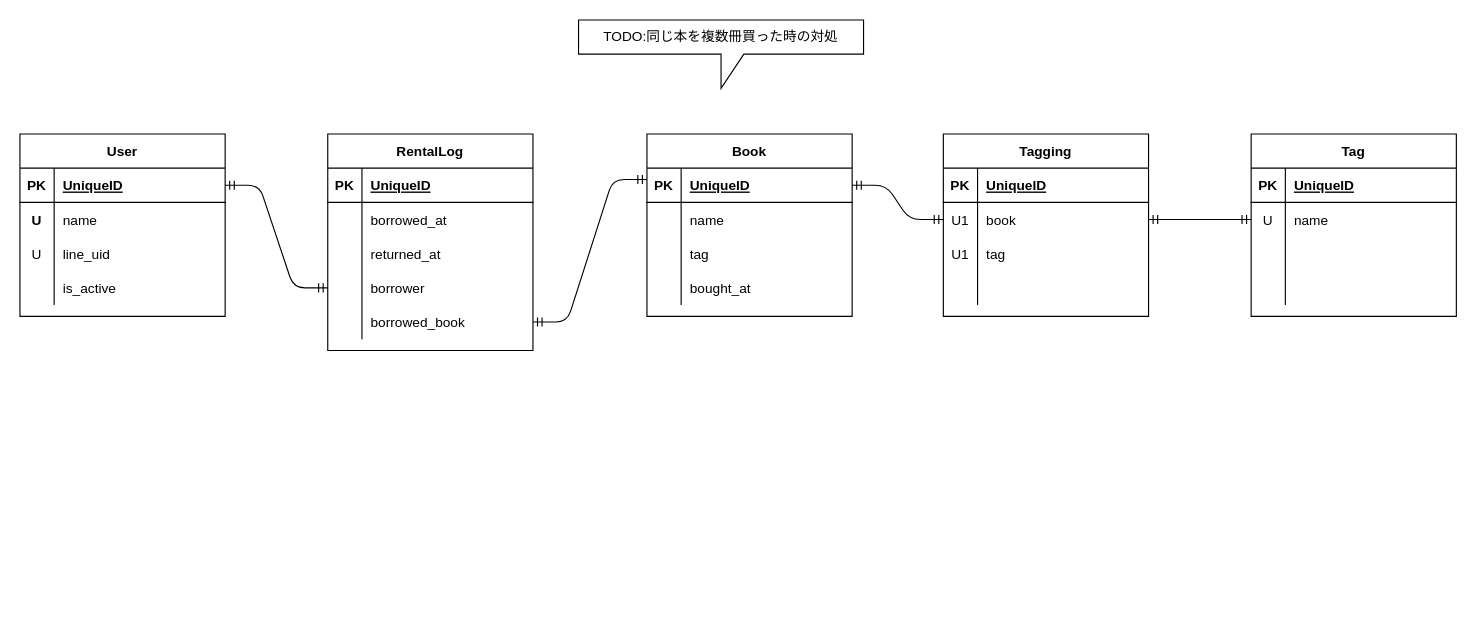
This is references/er.drawio from kathmandu777/bookbook, a draw.io file, before an edit. Source tidied: cells renumbered, new cells numbered last; positions are measured from the earlier drawing's top-left corner, leaving out a move shared by most shapes. Both pictures are drawn from the tidied source at 114%, with x=0, y=0 at pixel (19, 19).
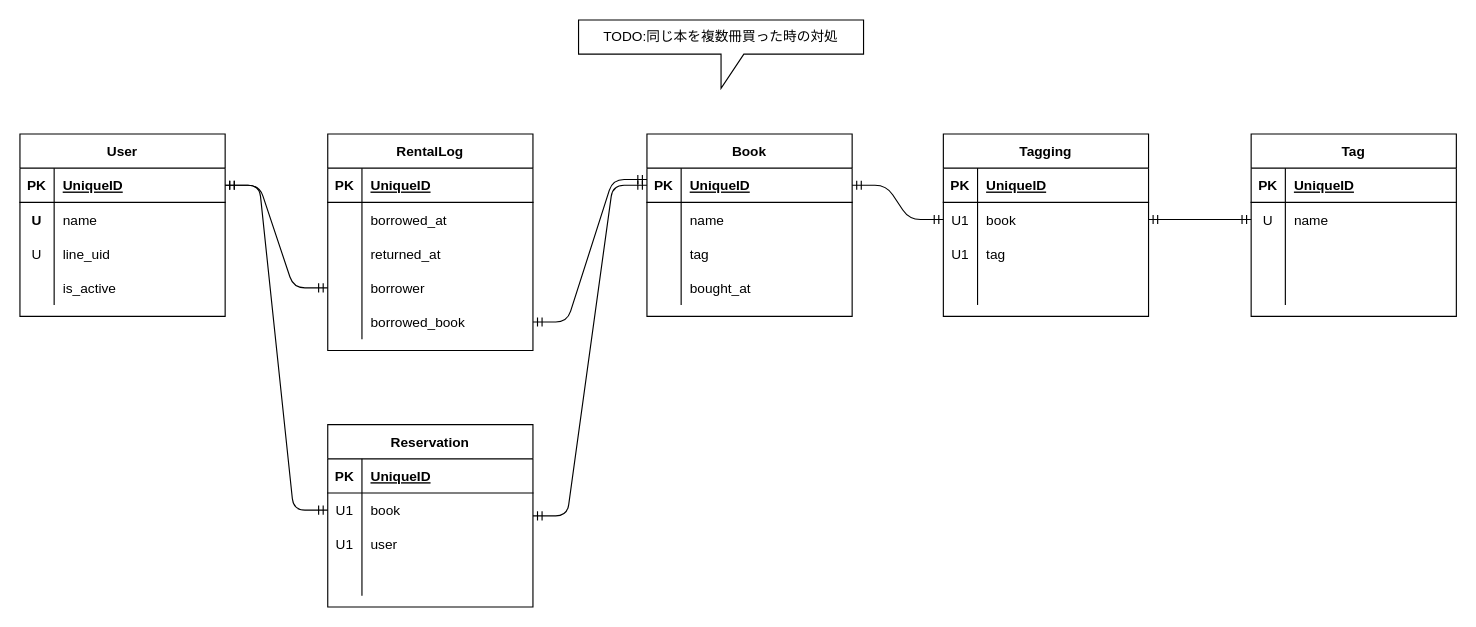
After the change.

The change refers to these unchanged cells:
```xml
<mxCell id="3" style="shape=partialRectangle;fillColor=none;top=0;left=0;bottom=1;right=0;points=[[0,0.5],[1,0.5]];portConstraint=eastwest;" parent="2" vertex="1">
  <mxGeometry y="30" width="180" height="30" as="geometry" />
</mxCell>
<mxCell id="16" style="shape=partialRectangle;fillColor=none;top=0;left=0;bottom=1;right=0;points=[[0,0.5],[1,0.5]];portConstraint=eastwest;" parent="15" vertex="1">
  <mxGeometry y="30" width="180" height="30" as="geometry" />
</mxCell>
```

Diff of the diagram source:
```diff
@@
+    <mxCell id="75" value="Reservation" style="shape=table;startSize=30;childLayout=tableLayout;rowLines=0;fontStyle=1;align=center;" parent="1" vertex="1">
+      <mxGeometry x="270" y="355" width="180" height="160" as="geometry" />
+    </mxCell>
+    <mxCell id="76" style="shape=partialRectangle;fillColor=none;top=0;left=0;bottom=1;right=0;" parent="75" vertex="1">
+      <mxGeometry y="30" width="180" height="30" as="geometry" />
+    </mxCell>
+    <mxCell id="77" value="PK" style="shape=partialRectangle;fillColor=none;top=0;left=0;bottom=0;right=0;fontStyle=1;overflow=hidden;" parent="76" vertex="1">
+      <mxGeometry width="30" height="30" as="geometry" />
+    </mxCell>
+    <mxCell id="78" value="UniqueID" style="shape=partialRectangle;fillColor=none;top=0;left=0;bottom=0;right=0;align=left;spacingLeft=6;fontStyle=5;overflow=hidden;" parent="76" vertex="1">
+      <mxGeometry x="30" width="150" height="30" as="geometry" />
+    </mxCell>
+    <mxCell id="79" style="shape=partialRectangle;fillColor=none;top=0;left=0;bottom=0;right=0;points=[[0,0.5],[1,0.5]];portConstraint=eastwest;" parent="75" vertex="1">
+      <mxGeometry y="60" width="180" height="30" as="geometry" />
+    </mxCell>
+    <mxCell id="80" value="U1" style="shape=partialRectangle;fillColor=none;top=0;left=0;bottom=0;right=0;overflow=hidden;" parent="79" vertex="1">
+      <mxGeometry width="30" height="30" as="geometry" />
+    </mxCell>
+    <mxCell id="81" value="book" style="shape=partialRectangle;fillColor=none;top=0;left=0;bottom=0;right=0;align=left;spacingLeft=6;overflow=hidden;" parent="79" vertex="1">
+      <mxGeometry x="30" width="150" height="30" as="geometry" />
+    </mxCell>
+    <mxCell id="82" style="shape=partialRectangle;fillColor=none;top=0;left=0;bottom=0;right=0;" parent="75" vertex="1">
+      <mxGeometry y="90" width="180" height="30" as="geometry" />
+    </mxCell>
+    <mxCell id="83" value="U1" style="shape=partialRectangle;fillColor=none;top=0;left=0;bottom=0;right=0;overflow=hidden;" parent="82" vertex="1">
+      <mxGeometry width="30" height="30" as="geometry" />
+    </mxCell>
+    <mxCell id="84" value="user" style="shape=partialRectangle;fillColor=none;top=0;left=0;bottom=0;right=0;align=left;spacingLeft=6;overflow=hidden;" parent="82" vertex="1">
+      <mxGeometry x="30" width="150" height="30" as="geometry" />
+    </mxCell>
+    <mxCell id="85" style="shape=partialRectangle;fillColor=none;top=0;left=0;bottom=0;right=0;" parent="75" vertex="1">
+      <mxGeometry y="120" width="180" height="30" as="geometry" />
+    </mxCell>
+    <mxCell id="86" style="shape=partialRectangle;fillColor=none;top=0;left=0;bottom=0;right=0;overflow=hidden;" parent="85" vertex="1">
+      <mxGeometry width="30" height="30" as="geometry" />
+    </mxCell>
+    <mxCell id="87" style="shape=partialRectangle;fillColor=none;top=0;left=0;bottom=0;right=0;align=left;spacingLeft=6;overflow=hidden;" parent="85" vertex="1">
+      <mxGeometry x="30" width="150" height="30" as="geometry" />
+    </mxCell>
+    <mxCell id="88" style="edgeStyle=entityRelationEdgeStyle;fontSize=12;html=1;endArrow=ERmandOne;startArrow=ERmandOne;exitX=1;exitY=0.5;exitDx=0;exitDy=0;entryX=0;entryY=0.5;entryDx=0;entryDy=0;" parent="1" edge="1" source="75" target="16">
+      <mxGeometry relative="1" as="geometry" />
+    </mxCell>
+    <mxCell id="89" style="edgeStyle=entityRelationEdgeStyle;fontSize=12;html=1;endArrow=ERmandOne;startArrow=ERmandOne;entryX=0;entryY=0.5;entryDx=0;entryDy=0;" parent="1" edge="1" source="3" target="79">
+      <mxGeometry relative="1" as="geometry" />
+    </mxCell>
```
